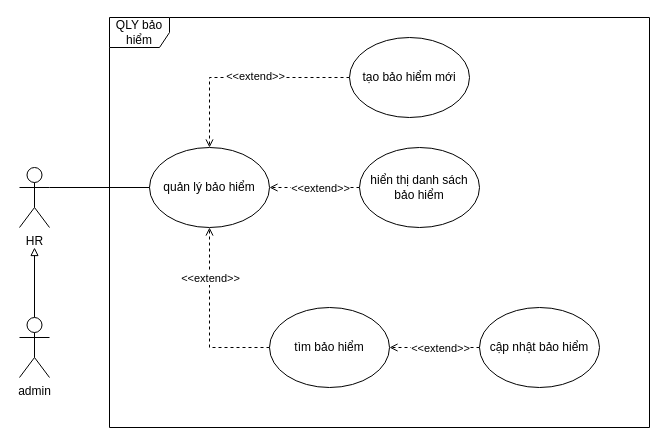
Above: QuanLyBaoHiem.drawio in hoangda24312/Group4-DesigningSystem (draw.io), before the change. Source tidied: cells renumbered, new cells numbered last; positions are measured from the earlier drawing's top-left corner, leaving out a move shared by most shapes. Both pictures are drawn from the tidied source at 100%, with x=0, y=0 at pixel (19, 17).
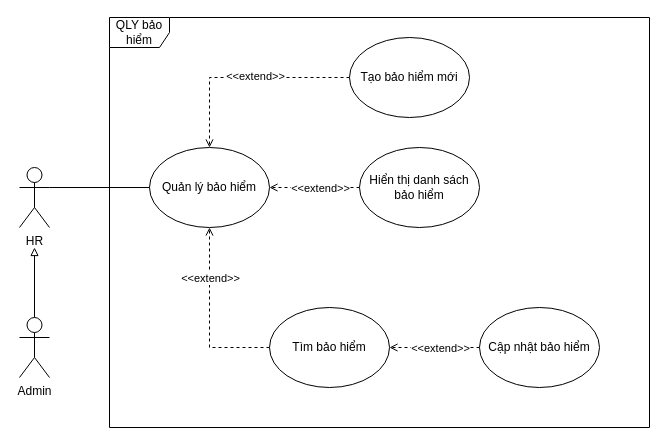
After the change.

What changed in the source:
```diff
@@
-    <mxCell id="3" value="admin" style="shape=umlActor;verticalLabelPosition=bottom;verticalAlign=top;html=1;outlineConnect=0;" parent="1" vertex="1">
+    <mxCell id="3" value="Admin" style="shape=umlActor;verticalLabelPosition=bottom;verticalAlign=top;html=1;outlineConnect=0;" parent="1" vertex="1">
       <mxGeometry y="300" width="30" height="60" as="geometry" />
     </mxCell>
@@
-    <mxCell id="5" value="quản lý bảo hiểm" style="ellipse;whiteSpace=wrap;html=1;" parent="1" vertex="1">
+    <mxCell id="5" value="Quản lý bảo hiểm" style="ellipse;whiteSpace=wrap;html=1;" parent="1" vertex="1">
       <mxGeometry x="130" y="130" width="120" height="80" as="geometry" />
     </mxCell>
@@
-    <mxCell id="9" value="tạo bảo hiểm mới" style="ellipse;whiteSpace=wrap;html=1;" parent="1" vertex="1">
+    <mxCell id="9" value="Tạo bảo hiểm mới" style="ellipse;whiteSpace=wrap;html=1;" parent="1" vertex="1">
       <mxGeometry x="330" y="20" width="120" height="80" as="geometry" />
     </mxCell>
@@
-    <mxCell id="11" value="tìm bảo hiểm" style="ellipse;whiteSpace=wrap;html=1;" parent="1" vertex="1">
+    <mxCell id="11" value="Tìm bảo hiểm" style="ellipse;whiteSpace=wrap;html=1;" parent="1" vertex="1">
       <mxGeometry x="250" y="290" width="120" height="80" as="geometry" />
     </mxCell>
@@
-    <mxCell id="13" value="hiển thị danh sách bảo hiểm" style="ellipse;whiteSpace=wrap;html=1;" parent="1" vertex="1">
+    <mxCell id="13" value="Hiển thị danh sách bảo hiểm" style="ellipse;whiteSpace=wrap;html=1;" parent="1" vertex="1">
       <mxGeometry x="340" y="130" width="120" height="80" as="geometry" />
     </mxCell>
@@
-    <mxCell id="15" value="cập nhật bảo hiểm" style="ellipse;whiteSpace=wrap;html=1;" parent="1" vertex="1">
+    <mxCell id="15" value="Cập nhật bảo hiểm" style="ellipse;whiteSpace=wrap;html=1;" parent="1" vertex="1">
       <mxGeometry x="460" y="290" width="120" height="80" as="geometry" />
     </mxCell>
```
